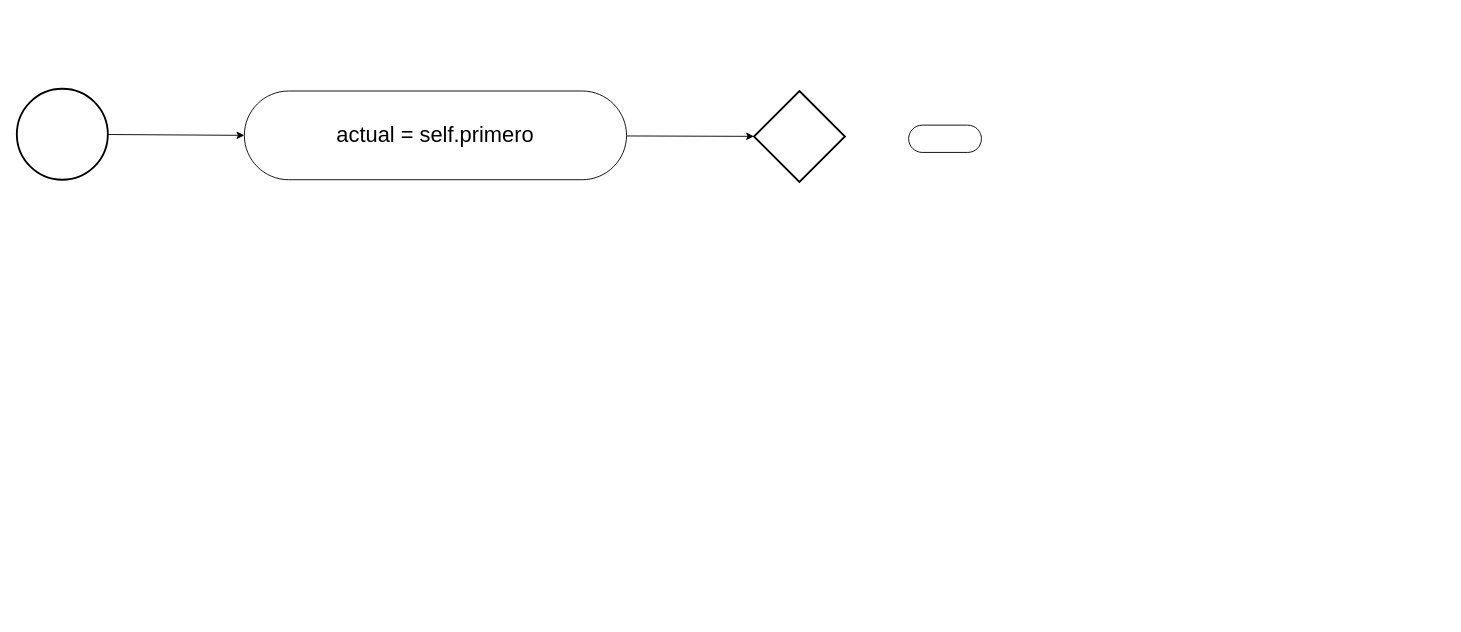
This is Documentacion/lista_enlazada.drawio from NoelGiron/IPC2_Proyecto1_201503846, a draw.io file, before an edit. Source tidied: cells renumbered, new cells numbered last; positions are measured from the earlier drawing's top-left corner, leaving out a move shared by most shapes. Both pictures are drawn from the tidied source at 91%, with x=0, y=0 at pixel (16, 88).
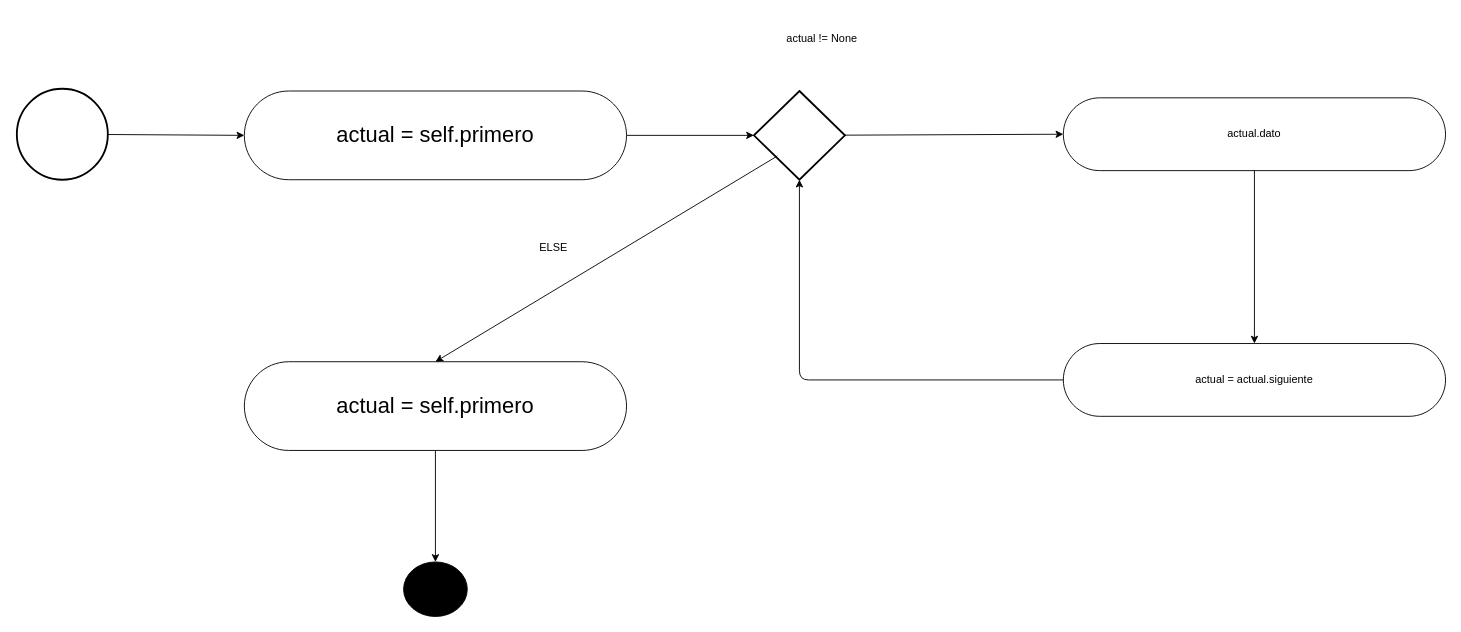
The same page after the edit.

Diff of the diagram source:
```diff
@@
 <mxGraphModel>
   <root>
     <mxCell id="0" />
     <mxCell id="1" parent="0" />
     <mxCell id="2" style="strokeWidth=2;html=1;shape=mxgraph.flowchart.start_2;whiteSpace=wrap;" parent="1" vertex="1">
       <mxGeometry width="100" height="100" as="geometry" />
     </mxCell>
     <mxCell id="3" style="edgeStyle=none;html=1;" parent="1" edge="1" source="4" target="6">
       <mxGeometry relative="1" as="geometry" />
     </mxCell>
     <mxCell id="4" value="&lt;font style=&quot;font-size: 24px;&quot;&gt;actual = self.primero&lt;/font&gt;" style="html=1;dashed=0;whiteSpace=wrap;shape=mxgraph.dfd.start;" parent="1" vertex="1">
       <mxGeometry x="250" y="2.5" width="420" height="97.5" as="geometry" />
     </mxCell>
     <mxCell id="5" style="edgeStyle=none;html=1;entryX=0;entryY=0.5;entryDx=0;entryDy=0;entryPerimeter=0;" parent="1" edge="1" source="2" target="4">
       <mxGeometry relative="1" as="geometry" />
     </mxCell>
     <mxCell id="6" style="strokeWidth=2;html=1;shape=mxgraph.flowchart.decision;whiteSpace=wrap;" parent="1" vertex="1">
-      <mxGeometry x="810" y="2.5" width="100" height="100" as="geometry" />
+      <mxGeometry x="810" y="2.5" width="100" height="97.5" as="geometry" />
     </mxCell>
-    <mxCell id="7" style="html=1;dashed=0;whiteSpace=wrap;shape=mxgraph.dfd.start;" parent="1" vertex="1">
-      <mxGeometry x="980" y="40" width="80" height="30" as="geometry" />
+    <mxCell id="7" value="actual.dato" style="html=1;dashed=0;whiteSpace=wrap;shape=mxgraph.dfd.start;" parent="1" vertex="1">
+      <mxGeometry x="1150" y="10" width="420" height="80" as="geometry" />
     </mxCell>
+    <mxCell id="8" value="actual = actual.siguiente" style="html=1;dashed=0;whiteSpace=wrap;shape=mxgraph.dfd.start;" parent="1" vertex="1">
+      <mxGeometry x="1150" y="280" width="420" height="80" as="geometry" />
+    </mxCell>
+    <mxCell id="9" style="edgeStyle=none;html=1;entryX=0;entryY=0.5;entryDx=0;entryDy=0;entryPerimeter=0;" parent="1" edge="1" source="6" target="7">
+      <mxGeometry relative="1" as="geometry" />
+    </mxCell>
+    <mxCell id="10" style="edgeStyle=none;html=1;entryX=0.5;entryY=0.5;entryDx=0;entryDy=-40;entryPerimeter=0;" parent="1" edge="1" source="7" target="8">
+      <mxGeometry relative="1" as="geometry" />
+    </mxCell>
+    <mxCell id="11" style="edgeStyle=none;html=1;entryX=0.5;entryY=1;entryDx=0;entryDy=0;entryPerimeter=0;" parent="1" edge="1" source="8" target="6">
+      <mxGeometry relative="1" as="geometry">
+        <Array as="points">
+          <mxPoint x="860" y="320" />
+        </Array>
+      </mxGeometry>
+    </mxCell>
+    <mxCell id="12" style="edgeStyle=none;html=1;entryX=0.5;entryY=0;entryDx=0;entryDy=0;" parent="1" edge="1" source="13" target="15">
+      <mxGeometry relative="1" as="geometry" />
+    </mxCell>
+    <mxCell id="13" value="&lt;font style=&quot;font-size: 24px;&quot;&gt;actual = self.primero&lt;/font&gt;" style="html=1;dashed=0;whiteSpace=wrap;shape=mxgraph.dfd.start;" parent="1" vertex="1">
+      <mxGeometry x="250" y="300" width="420" height="97.5" as="geometry" />
+    </mxCell>
+    <mxCell id="14" style="edgeStyle=none;html=1;entryX=0.5;entryY=0.5;entryDx=0;entryDy=-48.75;entryPerimeter=0;exitX=0.257;exitY=0.733;exitDx=0;exitDy=0;exitPerimeter=0;" parent="1" edge="1" source="6" target="13">
+      <mxGeometry relative="1" as="geometry" />
+    </mxCell>
+    <mxCell id="15" style="ellipse;fillColor=strokeColor;html=1;" parent="1" vertex="1">
+      <mxGeometry x="425" y="520" width="70" height="60" as="geometry" />
+    </mxCell>
+    <mxCell id="16" value="ELSE" style="text;html=1;align=center;verticalAlign=middle;whiteSpace=wrap;rounded=0;" parent="1" vertex="1">
+      <mxGeometry x="560" y="160" width="60" height="30" as="geometry" />
+    </mxCell>
+    <mxCell id="17" value="actual != None" style="text;html=1;align=center;verticalAlign=middle;whiteSpace=wrap;rounded=0;" parent="1" vertex="1">
+      <mxGeometry x="800" y="-80" width="170" height="50" as="geometry" />
+    </mxCell>
   </root>
 </mxGraphModel>
```
